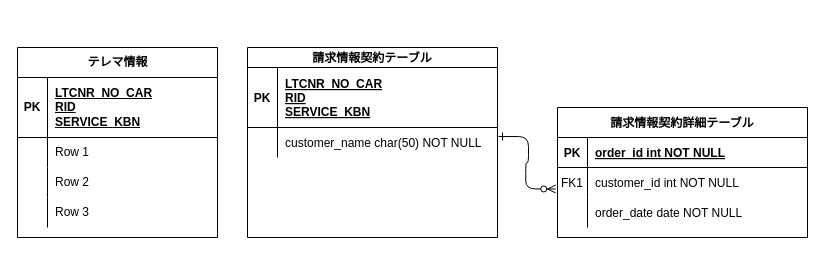
Atsushikeys/drawIo keeps this draw.io diagram as 名称未設定ファイル.drawio. Above is the earlier version. Source tidied: cells renumbered, new cells numbered last; positions are measured from the earlier drawing's top-left corner, leaving out a move shared by most shapes. Both pictures are drawn from the tidied source at 100%, with x=0, y=0 at pixel (17, 47).
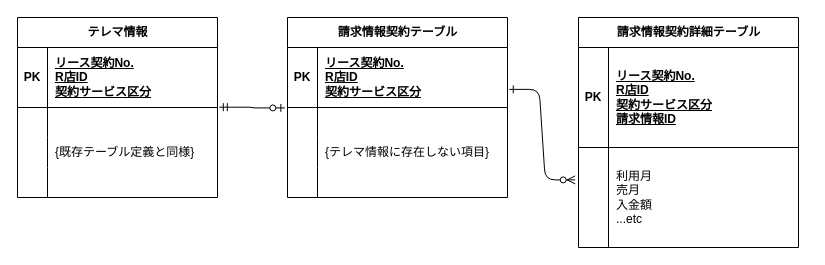
The same page after the edit.

Commit message:
名称未設定ファイル.drawio を更新します

Unchanged cells that the change refers to:
```xml
<mxCell id="21" style="shape=tableRow;horizontal=0;startSize=0;swimlaneHead=0;swimlaneBody=0;fillColor=none;top=0;left=0;right=0;bottom=1;" parent="20" vertex="1">
  <mxGeometry y="30" width="200" height="60" as="geometry" />
</mxCell>
<mxCell id="24" style="shape=tableRow;horizontal=0;startSize=0;swimlaneHead=0;swimlaneBody=0;fillColor=none;points=[[0,0.5],[1,0.5]];portConstraint=eastwest;top=0;left=0;right=0;bottom=0;" parent="20" vertex="1">
  <mxGeometry y="90" width="200" height="30" as="geometry" />
</mxCell>
<mxCell id="27" style="shape=tableRow;horizontal=0;startSize=0;swimlaneHead=0;swimlaneBody=0;fillColor=none;top=0;left=0;right=0;bottom=0;" parent="20" vertex="1">
  <mxGeometry y="120" width="200" height="30" as="geometry" />
</mxCell>
<mxCell id="30" style="shape=tableRow;horizontal=0;startSize=0;swimlaneHead=0;swimlaneBody=0;fillColor=none;top=0;left=0;right=0;bottom=0;" parent="20" vertex="1">
  <mxGeometry y="150" width="200" height="30" as="geometry" />
</mxCell>
```

What changed in the source:
```diff
@@
-    <mxCell id="2" style="edgeStyle=entityRelationEdgeStyle;endArrow=ERzeroToMany;startArrow=ERone;endFill=1;startFill=0;exitX=1.004;exitY=0.302;exitDx=0;exitDy=0;exitPerimeter=0;entryX=-0.007;entryY=0.716;entryDx=0;entryDy=0;entryPerimeter=0;" parent="1" edge="1" source="17" target="7">
+    <mxCell id="2" style="edgeStyle=entityRelationEdgeStyle;endArrow=ERzeroToMany;startArrow=ERone;endFill=1;startFill=0;exitX=1.008;exitY=0.698;exitDx=0;exitDy=0;exitPerimeter=0;entryX=-0.015;entryY=0.324;entryDx=0;entryDy=0;entryPerimeter=0;" parent="1" edge="1" source="33" target="49">
       <mxGeometry relative="1" as="geometry" />
     </mxCell>
-    <mxCell id="3" value="請求情報契約詳細テーブル" style="shape=table;startSize=30;childLayout=tableLayout;rowLines=0;fontStyle=1;align=center;" parent="1" vertex="1">
-      <mxGeometry x="540" y="60" width="250" height="130" as="geometry" />
-    </mxCell>
-    <mxCell id="4" style="shape=partialRectangle;fillColor=none;top=0;left=0;right=0;bottom=1;" parent="3" vertex="1">
-      <mxGeometry y="30" width="250" height="30" as="geometry" />
-    </mxCell>
-    <mxCell id="5" value="PK" style="shape=partialRectangle;overflow=hidden;fillColor=none;top=0;left=0;bottom=0;right=0;fontStyle=1;" parent="4" vertex="1">
-      <mxGeometry width="30" height="30" as="geometry" />
-    </mxCell>
-    <mxCell id="6" value="order_id int NOT NULL " style="shape=partialRectangle;overflow=hidden;fillColor=none;top=0;left=0;bottom=0;right=0;align=left;spacingLeft=6;fontStyle=5;" parent="4" vertex="1">
-      <mxGeometry x="30" width="220" height="30" as="geometry" />
-    </mxCell>
-    <mxCell id="7" style="shape=partialRectangle;fillColor=none;points=[[0,0.5],[1,0.5]];portConstraint=eastwest;top=0;left=0;right=0;bottom=0;" parent="3" vertex="1">
-      <mxGeometry y="60" width="250" height="30" as="geometry" />
-    </mxCell>
-    <mxCell id="8" value="FK1" style="shape=partialRectangle;overflow=hidden;fillColor=none;top=0;left=0;bottom=0;right=0;" parent="7" vertex="1">
-      <mxGeometry width="30" height="30" as="geometry" />
-    </mxCell>
-    <mxCell id="9" value="customer_id int NOT NULL" style="shape=partialRectangle;overflow=hidden;fillColor=none;top=0;left=0;bottom=0;right=0;align=left;spacingLeft=6;" parent="7" vertex="1">
-      <mxGeometry x="30" width="220" height="30" as="geometry" />
-    </mxCell>
-    <mxCell id="10" style="shape=partialRectangle;fillColor=none;top=0;left=0;right=0;bottom=0;" parent="3" vertex="1">
-      <mxGeometry y="90" width="250" height="30" as="geometry" />
-    </mxCell>
-    <mxCell id="11" style="shape=partialRectangle;overflow=hidden;fillColor=none;top=0;left=0;bottom=0;right=0;" parent="10" vertex="1">
-      <mxGeometry width="30" height="30" as="geometry" />
-    </mxCell>
-    <mxCell id="12" value="order_date date NOT NULL" style="shape=partialRectangle;overflow=hidden;fillColor=none;top=0;left=0;bottom=0;right=0;align=left;spacingLeft=6;" parent="10" vertex="1">
-      <mxGeometry x="30" width="220" height="30" as="geometry" />
-    </mxCell>
-    <mxCell id="13" value="請求情報契約テーブル" style="shape=table;startSize=20;childLayout=tableLayout;rowLines=0;fontStyle=1;align=center;" parent="1" vertex="1">
-      <mxGeometry x="230" width="250" height="190" as="geometry" />
-    </mxCell>
-    <mxCell id="14" style="shape=partialRectangle;fillColor=none;top=0;left=0;right=0;bottom=1;" parent="13" vertex="1">
-      <mxGeometry y="20" width="250" height="60" as="geometry" />
-    </mxCell>
-    <mxCell id="15" value="PK" style="shape=partialRectangle;overflow=hidden;fillColor=none;top=0;left=0;bottom=0;right=0;fontStyle=1;" parent="14" vertex="1">
-      <mxGeometry width="30" height="60" as="geometry" />
-    </mxCell>
-    <mxCell id="16" value="LTCNR_NO_CAR&#10;RID&#10;SERVICE_KBN" style="shape=partialRectangle;overflow=hidden;fillColor=none;top=0;left=0;bottom=0;right=0;align=left;spacingLeft=6;fontStyle=5;" parent="14" vertex="1">
-      <mxGeometry x="30" width="220" height="60" as="geometry" />
-    </mxCell>
-    <mxCell id="17" style="shape=partialRectangle;fillColor=none;points=[[0,0.5],[1,0.5]];portConstraint=eastwest;top=0;left=0;right=0;bottom=0;" parent="13" vertex="1">
-      <mxGeometry y="80" width="250" height="30" as="geometry" />
-    </mxCell>
-    <mxCell id="18" style="shape=partialRectangle;overflow=hidden;fillColor=none;top=0;left=0;bottom=0;right=0;" parent="17" vertex="1">
-      <mxGeometry width="30" height="30" as="geometry" />
-    </mxCell>
-    <mxCell id="19" value="customer_name char(50) NOT NULL" style="shape=partialRectangle;overflow=hidden;fillColor=none;top=0;left=0;bottom=0;right=0;align=left;spacingLeft=6;" parent="17" vertex="1">
-      <mxGeometry x="30" width="220" height="30" as="geometry" />
-    </mxCell>
     <mxCell id="20" value="テレマ情報" style="shape=table;startSize=30;childLayout=tableLayout;rowLines=0;fontStyle=1;align=center;html=1;" parent="1" vertex="1">
-      <mxGeometry width="200" height="190" as="geometry" />
+      <mxGeometry y="-30" width="200" height="180" as="geometry" />
     </mxCell>
@@
-    <mxCell id="23" value="LTCNR_NO_CAR&lt;br style=&quot;border-color: var(--border-color); padding: 0px; margin: 0px;&quot;&gt;&lt;span style=&quot;&quot;&gt;RID&lt;/span&gt;&lt;br style=&quot;border-color: var(--border-color); padding: 0px; margin: 0px;&quot;&gt;&lt;span style=&quot;&quot;&gt;SERVICE_KBN&lt;/span&gt;" style="shape=partialRectangle;fillColor=none;top=0;left=0;bottom=0;right=0;align=left;spacingLeft=6;fontStyle=5;overflow=hidden;whiteSpace=wrap;html=1;" parent="21" vertex="1">
+    <mxCell id="23" value="リース契約No.&lt;br&gt;R店ID&lt;br&gt;契約サービス区分" style="shape=partialRectangle;fillColor=none;top=0;left=0;bottom=0;right=0;align=left;spacingLeft=6;fontStyle=5;overflow=hidden;whiteSpace=wrap;html=1;" parent="21" vertex="1">
       <mxGeometry x="30" width="170" height="60" as="geometry" />
     </mxCell>
@@
-    <mxCell id="26" value="Row 1" style="shape=partialRectangle;fillColor=none;top=0;left=0;bottom=0;right=0;align=left;spacingLeft=6;overflow=hidden;whiteSpace=wrap;html=1;" parent="24" vertex="1">
+    <mxCell id="26" style="shape=partialRectangle;fillColor=none;top=0;left=0;bottom=0;right=0;align=left;spacingLeft=6;overflow=hidden;whiteSpace=wrap;html=1;" parent="24" vertex="1">
       <mxGeometry x="30" width="170" height="30" as="geometry" />
     </mxCell>
@@
-    <mxCell id="29" value="Row 2" style="shape=partialRectangle;fillColor=none;top=0;left=0;bottom=0;right=0;align=left;spacingLeft=6;overflow=hidden;whiteSpace=wrap;html=1;" parent="27" vertex="1">
+    <mxCell id="29" value="{既存テーブル定義と同様}" style="shape=partialRectangle;fillColor=none;top=0;left=0;bottom=0;right=0;align=left;spacingLeft=6;overflow=hidden;whiteSpace=wrap;html=1;" parent="27" vertex="1">
       <mxGeometry x="30" width="170" height="30" as="geometry" />
     </mxCell>
@@
-    <mxCell id="32" value="Row 3" style="shape=partialRectangle;fillColor=none;top=0;left=0;bottom=0;right=0;align=left;spacingLeft=6;overflow=hidden;whiteSpace=wrap;html=1;" parent="30" vertex="1">
+    <mxCell id="32" style="shape=partialRectangle;fillColor=none;top=0;left=0;bottom=0;right=0;align=left;spacingLeft=6;overflow=hidden;whiteSpace=wrap;html=1;" parent="30" vertex="1">
       <mxGeometry x="30" width="170" height="30" as="geometry" />
     </mxCell>
+    <mxCell id="13" value="請求情報契約テーブル" style="shape=table;startSize=30;childLayout=tableLayout;rowLines=0;fontStyle=1;align=center;html=1;" parent="1" vertex="1">
+      <mxGeometry x="270" y="-30" width="220" height="180" as="geometry" />
+    </mxCell>
+    <mxCell id="33" style="shape=tableRow;horizontal=0;startSize=0;swimlaneHead=0;swimlaneBody=0;fillColor=none;points=[[0,0.5],[1,0.5]];portConstraint=eastwest;top=0;left=0;right=0;bottom=1;" parent="13" vertex="1">
+      <mxGeometry y="30" width="220" height="60" as="geometry" />
+    </mxCell>
+    <mxCell id="34" value="PK" style="shape=partialRectangle;fillColor=none;top=0;left=0;bottom=0;right=0;fontStyle=1;overflow=hidden;whiteSpace=wrap;html=1;" parent="33" vertex="1">
+      <mxGeometry width="30" height="60" as="geometry" />
+    </mxCell>
+    <mxCell id="35" value="リース契約No.&lt;br style=&quot;border-color: var(--border-color);&quot;&gt;R店ID&lt;br style=&quot;border-color: var(--border-color);&quot;&gt;契約サービス区分" style="shape=partialRectangle;fillColor=none;top=0;left=0;bottom=0;right=0;align=left;spacingLeft=6;fontStyle=5;overflow=hidden;whiteSpace=wrap;html=1;" parent="33" vertex="1">
+      <mxGeometry x="30" width="190" height="60" as="geometry" />
+    </mxCell>
+    <mxCell id="36" style="shape=tableRow;horizontal=0;startSize=0;swimlaneHead=0;swimlaneBody=0;fillColor=none;points=[[0,0.5],[1,0.5]];portConstraint=eastwest;top=0;left=0;right=0;bottom=0;" parent="13" vertex="1">
+      <mxGeometry y="90" width="220" height="30" as="geometry" />
+    </mxCell>
+    <mxCell id="37" style="shape=partialRectangle;fillColor=none;top=0;left=0;bottom=0;right=0;overflow=hidden;whiteSpace=wrap;html=1;" parent="36" vertex="1">
+      <mxGeometry width="30" height="30" as="geometry" />
+    </mxCell>
+    <mxCell id="38" style="shape=partialRectangle;fillColor=none;top=0;left=0;bottom=0;right=0;align=left;spacingLeft=6;overflow=hidden;whiteSpace=wrap;html=1;" parent="36" vertex="1">
+      <mxGeometry x="30" width="190" height="30" as="geometry" />
+    </mxCell>
+    <mxCell id="39" style="shape=tableRow;horizontal=0;startSize=0;swimlaneHead=0;swimlaneBody=0;fillColor=none;top=0;left=0;right=0;bottom=0;" parent="13" vertex="1">
+      <mxGeometry y="120" width="220" height="30" as="geometry" />
+    </mxCell>
+    <mxCell id="40" style="shape=partialRectangle;fillColor=none;top=0;left=0;bottom=0;right=0;overflow=hidden;whiteSpace=wrap;html=1;" parent="39" vertex="1">
+      <mxGeometry width="30" height="30" as="geometry" />
+    </mxCell>
+    <mxCell id="41" style="shape=partialRectangle;fillColor=none;top=0;left=0;bottom=0;right=0;align=left;spacingLeft=6;overflow=hidden;whiteSpace=wrap;html=1;" parent="39" vertex="1">
+      <mxGeometry x="30" width="190" height="30" as="geometry" />
+    </mxCell>
+    <mxCell id="42" style="shape=tableRow;horizontal=0;startSize=0;swimlaneHead=0;swimlaneBody=0;fillColor=none;top=0;left=0;right=0;bottom=0;" parent="13" vertex="1">
+      <mxGeometry y="150" width="220" height="30" as="geometry" />
+    </mxCell>
+    <mxCell id="43" style="shape=partialRectangle;fillColor=none;top=0;left=0;bottom=0;right=0;overflow=hidden;whiteSpace=wrap;html=1;" parent="42" vertex="1">
+      <mxGeometry width="30" height="30" as="geometry" />
+    </mxCell>
+    <mxCell id="44" style="shape=partialRectangle;fillColor=none;top=0;left=0;bottom=0;right=0;align=left;spacingLeft=6;overflow=hidden;whiteSpace=wrap;html=1;" parent="42" vertex="1">
+      <mxGeometry x="30" width="190" height="30" as="geometry" />
+    </mxCell>
+    <mxCell id="45" style="edgeStyle=entityRelationEdgeStyle;fontSize=12;html=1;endArrow=ERzeroToOne;startArrow=ERmandOne;rounded=0;exitX=1.009;exitY=-0.01;exitDx=0;exitDy=0;entryX=-0.012;entryY=0.014;entryDx=0;entryDy=0;entryPerimeter=0;exitPerimeter=0;" parent="1" edge="1" source="24" target="36">
+      <mxGeometry relative="1" as="geometry" />
+    </mxCell>
+    <mxCell id="3" value="請求情報契約詳細テーブル" style="shape=table;startSize=30;childLayout=tableLayout;rowLines=0;fontStyle=1;align=center;html=1;" parent="1" vertex="1">
+      <mxGeometry x="561" y="-30" width="220" height="230" as="geometry" />
+    </mxCell>
+    <mxCell id="46" style="shape=tableRow;horizontal=0;startSize=0;swimlaneHead=0;swimlaneBody=0;fillColor=none;top=0;left=0;right=0;bottom=1;" parent="3" vertex="1">
+      <mxGeometry y="30" width="220" height="100" as="geometry" />
+    </mxCell>
+    <mxCell id="47" value="PK" style="shape=partialRectangle;fillColor=none;top=0;left=0;bottom=0;right=0;fontStyle=1;overflow=hidden;whiteSpace=wrap;html=1;" parent="46" vertex="1">
+      <mxGeometry width="30" height="100" as="geometry" />
+    </mxCell>
+    <mxCell id="48" value="リース契約No.&lt;br style=&quot;border-color: var(--border-color);&quot;&gt;R店ID&lt;br style=&quot;border-color: var(--border-color);&quot;&gt;契約サービス区分&lt;br&gt;請求情報ID" style="shape=partialRectangle;fillColor=none;top=0;left=0;bottom=0;right=0;align=left;spacingLeft=6;fontStyle=5;overflow=hidden;whiteSpace=wrap;html=1;" parent="46" vertex="1">
+      <mxGeometry x="30" width="190" height="100" as="geometry" />
+    </mxCell>
+    <mxCell id="49" style="shape=tableRow;horizontal=0;startSize=0;swimlaneHead=0;swimlaneBody=0;fillColor=none;points=[[0,0.5],[1,0.5]];portConstraint=eastwest;top=0;left=0;right=0;bottom=0;" parent="3" vertex="1">
+      <mxGeometry y="130" width="220" height="100" as="geometry" />
+    </mxCell>
+    <mxCell id="50" style="shape=partialRectangle;fillColor=none;top=0;left=0;bottom=0;right=0;overflow=hidden;whiteSpace=wrap;html=1;" parent="49" vertex="1">
+      <mxGeometry width="30" height="100" as="geometry" />
+    </mxCell>
+    <mxCell id="51" value="利用月&lt;br&gt;売月&lt;br&gt;入金額&lt;br&gt;...etc" style="shape=partialRectangle;fillColor=none;top=0;left=0;bottom=0;right=0;align=left;spacingLeft=6;overflow=hidden;whiteSpace=wrap;html=1;" parent="49" vertex="1">
+      <mxGeometry x="30" width="190" height="100" as="geometry" />
+    </mxCell>
+    <mxCell id="52" value="{テレマ情報に存在しない項目}" style="shape=partialRectangle;fillColor=none;top=0;left=0;bottom=0;right=0;align=left;spacingLeft=6;overflow=hidden;whiteSpace=wrap;html=1;" parent="1" vertex="1">
+      <mxGeometry x="300" y="60" width="190" height="90" as="geometry" />
+    </mxCell>
```
